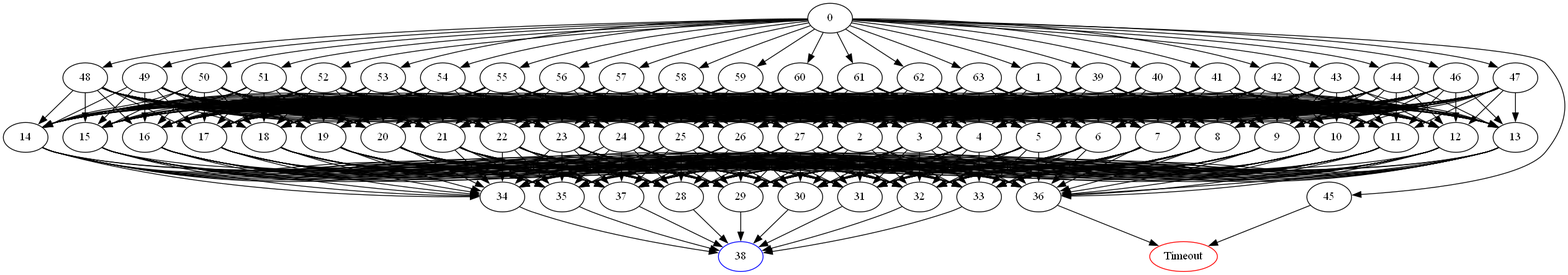
This is DomainPicture/x0aec.05356.comdirected_graph.png from Asikl/MazeMapper, a Graphviz export, as it was before one commit. Its source is kept beside it as DomainPicture/x0aec.05356.comdirected_graph.dot. The source it was exported from:
```dot
digraph G {
	0 -> 1;
	0 -> 39;
	0 -> 40;
	0 -> 41;
	0 -> 42;
	0 -> 43;
	0 -> 44;
	0 -> 45;
	0 -> 46;
	0 -> 47;
	0 -> 48;
	0 -> 49;
	0 -> 50;
	0 -> 51;
	0 -> 52;
	0 -> 53;
	0 -> 54;
	0 -> 55;
	0 -> 56;
	0 -> 57;
	0 -> 58;
	0 -> 59;
	0 -> 60;
	0 -> 61;
	0 -> 62;
	0 -> 63;
	1 -> 2;
	1 -> 3;
	1 -> 4;
	1 -> 5;
	1 -> 6;
	1 -> 7;
	1 -> 8;
	1 -> 9;
	1 -> 10;
	1 -> 11;
	1 -> 12;
	1 -> 13;
	1 -> 14;
	1 -> 15;
	1 -> 16;
	1 -> 17;
	1 -> 18;
	1 -> 19;
	1 -> 20;
	1 -> 21;
	1 -> 22;
	1 -> 23;
	1 -> 24;
	1 -> 25;
	1 -> 26;
	1 -> 27;
	2 -> 28;
	2 -> 29;
	2 -> 30;
	2 -> 31;
	2 -> 32;
	2 -> 33;
	2 -> 34;
	2 -> 35;
	2 -> 36;
	2 -> 37;
	3 -> 28;
	3 -> 29;
	3 -> 30;
	3 -> 31;
	3 -> 32;
	3 -> 33;
	3 -> 34;
	3 -> 35;
	3 -> 36;
	3 -> 37;
	4 -> 28;
	4 -> 29;
	4 -> 30;
	4 -> 31;
	4 -> 32;
	4 -> 33;
	4 -> 34;
	4 -> 35;
	4 -> 36;
	4 -> 37;
	5 -> 28;
	5 -> 29;
	5 -> 30;
	5 -> 31;
	5 -> 32;
	5 -> 33;
	5 -> 34;
	5 -> 35;
	5 -> 36;
	5 -> 37;
	6 -> 28;
	6 -> 29;
	6 -> 30;
	6 -> 31;
	6 -> 32;
	6 -> 33;
	6 -> 34;
	6 -> 35;
	6 -> 36;
	6 -> 37;
	7 -> 28;
	7 -> 29;
	7 -> 30;
	7 -> 31;
	7 -> 32;
	7 -> 33;
	7 -> 34;
	7 -> 35;
	7 -> 36;
	7 -> 37;
	8 -> 28;
	8 -> 29;
	8 -> 30;
	8 -> 31;
	8 -> 32;
	8 -> 33;
	8 -> 34;
	8 -> 35;
	8 -> 36;
	8 -> 37;
	9 -> 28;
	9 -> 29;
	9 -> 30;
	9 -> 31;
	9 -> 32;
	9 -> 33;
	9 -> 34;
	9 -> 35;
	9 -> 36;
	9 -> 37;
	10 -> 28;
	10 -> 29;
	10 -> 30;
	10 -> 31;
	10 -> 32;
	10 -> 33;
	10 -> 34;
	10 -> 35;
	10 -> 36;
	10 -> 37;
	11 -> 28;
	11 -> 29;
	11 -> 30;
	11 -> 31;
	11 -> 32;
	11 -> 33;
	11 -> 34;
	11 -> 35;
	11 -> 36;
	11 -> 37;
	12 -> 28;
	12 -> 29;
	12 -> 30;
	12 -> 31;
	12 -> 32;
	12 -> 33;
	12 -> 34;
	12 -> 35;
	12 -> 36;
	12 -> 37;
	13 -> 28;
	13 -> 29;
	13 -> 30;
	13 -> 31;
	13 -> 32;
	13 -> 33;
	13 -> 34;
	13 -> 35;
	13 -> 36;
	13 -> 37;
	14 -> 28;
	14 -> 29;
	14 -> 30;
	14 -> 31;
	14 -> 32;
	14 -> 33;
	14 -> 34;
	14 -> 35;
	14 -> 36;
	14 -> 37;
	15 -> 28;
	15 -> 29;
	15 -> 30;
	15 -> 31;
	15 -> 32;
	15 -> 33;
	15 -> 34;
	15 -> 35;
	15 -> 36;
	15 -> 37;
	16 -> 28;
	16 -> 29;
	16 -> 30;
	16 -> 31;
	16 -> 32;
	16 -> 33;
	16 -> 34;
	16 -> 35;
	16 -> 36;
	16 -> 37;
	17 -> 28;
	17 -> 29;
	17 -> 30;
	17 -> 31;
	17 -> 32;
	17 -> 33;
	17 -> 34;
	17 -> 35;
	17 -> 36;
	17 -> 37;
	18 -> 28;
	18 -> 29;
	18 -> 30;
	18 -> 31;
	18 -> 32;
	18 -> 33;
	18 -> 34;
	18 -> 35;
	18 -> 36;
	18 -> 37;
	19 -> 28;
	19 -> 29;
	19 -> 30;
	19 -> 31;
	19 -> 32;
	19 -> 33;
	19 -> 34;
	19 -> 35;
	19 -> 36;
	19 -> 37;
	20 -> 28;
	20 -> 29;
	20 -> 30;
	20 -> 31;
	20 -> 32;
	20 -> 33;
	20 -> 34;
	20 -> 35;
	20 -> 36;
	20 -> 37;
	21 -> 28;
	21 -> 29;
	21 -> 30;
	21 -> 31;
	21 -> 32;
	21 -> 33;
	21 -> 34;
	21 -> 35;
	21 -> 36;
	21 -> 37;
	22 -> 28;
	22 -> 29;
	22 -> 30;
	22 -> 31;
	22 -> 32;
	22 -> 33;
	22 -> 34;
	22 -> 35;
	22 -> 36;
	22 -> 37;
	23 -> 28;
	23 -> 29;
	23 -> 30;
	23 -> 31;
	23 -> 32;
	23 -> 33;
	23 -> 34;
	23 -> 35;
	23 -> 36;
	23 -> 37;
	24 -> 28;
	24 -> 29;
	24 -> 30;
	24 -> 31;
	24 -> 32;
	24 -> 33;
	24 -> 34;
	24 -> 35;
	24 -> 36;
	24 -> 37;
	25 -> 28;
	25 -> 29;
	25 -> 30;
	25 -> 31;
	25 -> 32;
	25 -> 33;
	25 -> 34;
	25 -> 35;
	25 -> 36;
	25 -> 37;
	26 -> 28;
	26 -> 29;
	26 -> 30;
	26 -> 31;
	26 -> 32;
	26 -> 33;
	26 -> 34;
	26 -> 35;
	26 -> 36;
	26 -> 37;
	27 -> 28;
	27 -> 29;
	27 -> 30;
	27 -> 31;
	27 -> 32;
	27 -> 33;
	27 -> 34;
	27 -> 35;
	27 -> 36;
	27 -> 37;
	28 -> "38";
38 [color=blue];
	29 -> "38";
38 [color=blue];
	30 -> "38";
38 [color=blue];
	31 -> "38";
38 [color=blue];
	32 -> "38";
38 [color=blue];
	33 -> "38";
38 [color=blue];
	34 -> "38";
38 [color=blue];
	35 -> "38";
38 [color=blue];
	36 -> "Timeout";
Timeout [color=red];
	37 -> "38";
38 [color=blue];
	39 -> 2;
	39 -> 3;
	39 -> 4;
	39 -> 5;
	39 -> 6;
	39 -> 7;
	39 -> 8;
	39 -> 9;
	39 -> 10;
	39 -> 11;
	39 -> 12;
	39 -> 13;
	39 -> 14;
	39 -> 15;
	39 -> 16;
	39 -> 17;
	39 -> 18;
	39 -> 19;
	39 -> 20;
	39 -> 21;
	39 -> 22;
	39 -> 23;
	39 -> 24;
	39 -> 25;
	39 -> 26;
	39 -> 27;
	40 -> 2;
	40 -> 3;
	40 -> 4;
	40 -> 5;
	40 -> 6;
	40 -> 7;
	40 -> 8;
	40 -> 9;
	40 -> 10;
	40 -> 11;
	40 -> 12;
	40 -> 13;
	40 -> 14;
	40 -> 15;
	40 -> 16;
	40 -> 17;
	40 -> 18;
	40 -> 19;
	40 -> 20;
	40 -> 21;
	40 -> 22;
	40 -> 23;
	40 -> 24;
	40 -> 25;
	40 -> 26;
	40 -> 27;
	41 -> 2;
	41 -> 3;
	41 -> 4;
	41 -> 5;
	41 -> 6;
	41 -> 7;
	41 -> 8;
	41 -> 9;
	41 -> 10;
	41 -> 11;
	41 -> 12;
	41 -> 13;
	41 -> 14;
	41 -> 15;
	41 -> 16;
	41 -> 17;
	41 -> 18;
	41 -> 19;
	41 -> 20;
	41 -> 21;
	41 -> 22;
	41 -> 23;
	41 -> 24;
	41 -> 25;
	41 -> 26;
	41 -> 27;
	42 -> 2;
	42 -> 3;
	42 -> 4;
	42 -> 5;
	42 -> 6;
	42 -> 7;
	42 -> 8;
	42 -> 9;
	42 -> 10;
	42 -> 11;
	42 -> 12;
	42 -> 13;
	42 -> 14;
	42 -> 15;
	42 -> 16;
	42 -> 17;
	42 -> 18;
	42 -> 19;
	42 -> 20;
	42 -> 21;
	42 -> 22;
	42 -> 23;
	42 -> 24;
	42 -> 25;
	42 -> 26;
	42 -> 27;
	43 -> 2;
	43 -> 3;
	43 -> 4;
	43 -> 5;
	43 -> 6;
	43 -> 7;
	43 -> 8;
	43 -> 9;
	43 -> 10;
	43 -> 11;
	43 -> 12;
	43 -> 13;
	43 -> 14;
	43 -> 15;
	43 -> 16;
	43 -> 17;
	43 -> 18;
	43 -> 19;
	43 -> 20;
	43 -> 21;
	43 -> 22;
	43 -> 23;
	43 -> 24;
	43 -> 25;
	43 -> 26;
	43 -> 27;
	44 -> 2;
	44 -> 3;
	44 -> 4;
	44 -> 5;
	44 -> 6;
	44 -> 7;
	44 -> 8;
	44 -> 9;
	44 -> 10;
	44 -> 11;
	44 -> 12;
	44 -> 13;
	44 -> 14;
	44 -> 15;
	44 -> 16;
	44 -> 17;
	44 -> 18;
	44 -> 19;
	44 -> 20;
	44 -> 21;
	44 -> 22;
	44 -> 23;
	44 -> 24;
	44 -> 25;
	44 -> 26;
	44 -> 27;
	45 -> "Timeout";
Timeout [color=red];
	46 -> 2;
	46 -> 3;
	46 -> 4;
	46 -> 5;
	46 -> 6;
	46 -> 7;
	46 -> 8;
	46 -> 9;
	46 -> 10;
	46 -> 11;
	46 -> 12;
	46 -> 13;
	46 -> 14;
	46 -> 15;
	46 -> 16;
	46 -> 17;
	46 -> 18;
	46 -> 19;
	46 -> 20;
	46 -> 21;
	46 -> 22;
	46 -> 23;
	46 -> 24;
	46 -> 25;
	46 -> 26;
	46 -> 27;
	47 -> 2;
	47 -> 3;
	47 -> 4;
	47 -> 5;
	47 -> 6;
	47 -> 7;
	47 -> 8;
	47 -> 9;
	47 -> 10;
	47 -> 11;
	47 -> 12;
	47 -> 13;
	47 -> 14;
	47 -> 15;
	47 -> 16;
	47 -> 17;
	47 -> 18;
	47 -> 19;
	47 -> 20;
	47 -> 21;
	47 -> 22;
	47 -> 23;
	47 -> 24;
	47 -> 25;
	47 -> 26;
	47 -> 27;
	48 -> 2;
	48 -> 3;
	48 -> 4;
	48 -> 5;
	48 -> 6;
	48 -> 7;
	48 -> 8;
	48 -> 9;
	48 -> 10;
	48 -> 11;
	48 -> 12;
	48 -> 13;
	48 -> 14;
	48 -> 15;
	48 -> 16;
	48 -> 17;
	48 -> 18;
	48 -> 19;
	48 -> 20;
	48 -> 21;
	48 -> 22;
	48 -> 23;
	48 -> 24;
	48 -> 25;
	48 -> 26;
	48 -> 27;
	49 -> 2;
	49 -> 3;
	49 -> 4;
	49 -> 5;
	49 -> 6;
	49 -> 7;
	49 -> 8;
	49 -> 9;
	49 -> 10;
	49 -> 11;
	49 -> 12;
	49 -> 13;
	49 -> 14;
	49 -> 15;
	49 -> 16;
	49 -> 17;
	49 -> 18;
	49 -> 19;
	49 -> 20;
	49 -> 21;
	49 -> 22;
	49 -> 23;
	49 -> 24;
	49 -> 25;
	49 -> 26;
	49 -> 27;
	50 -> 2;
	50 -> 3;
	50 -> 4;
	50 -> 5;
	50 -> 6;
	50 -> 7;
	50 -> 8;
	50 -> 9;
	50 -> 10;
	50 -> 11;
	50 -> 12;
	50 -> 13;
	50 -> 14;
	50 -> 15;
	50 -> 16;
	50 -> 17;
	50 -> 18;
	50 -> 19;
	50 -> 20;
	50 -> 21;
	50 -> 22;
	50 -> 23;
	50 -> 24;
	50 -> 25;
	50 -> 26;
	50 -> 27;
	51 -> 2;
	51 -> 3;
	51 -> 4;
	51 -> 5;
	51 -> 6;
	51 -> 7;
	51 -> 8;
	51 -> 9;
	51 -> 10;
	51 -> 11;
	51 -> 12;
	51 -> 13;
	51 -> 14;
	51 -> 15;
	51 -> 16;
	51 -> 17;
	51 -> 18;
	51 -> 19;
	51 -> 20;
	51 -> 21;
	51 -> 22;
	51 -> 23;
	51 -> 24;
	51 -> 25;
	51 -> 26;
	51 -> 27;
	52 -> 2;
	52 -> 3;
	52 -> 4;
	52 -> 5;
	52 -> 6;
	52 -> 7;
	52 -> 8;
	52 -> 9;
	52 -> 10;
	52 -> 11;
	52 -> 12;
	52 -> 13;
	52 -> 14;
	52 -> 15;
	52 -> 16;
	52 -> 17;
	52 -> 18;
	52 -> 19;
	52 -> 20;
	52 -> 21;
	52 -> 22;
	52 -> 23;
	52 -> 24;
	52 -> 25;
	52 -> 26;
	52 -> 27;
	53 -> 2;
	53 -> 3;
	53 -> 4;
	53 -> 5;
	53 -> 6;
	53 -> 7;
	53 -> 8;
	53 -> 9;
	53 -> 10;
	53 -> 11;
	53 -> 12;
	53 -> 13;
	53 -> 14;
	53 -> 15;
	53 -> 16;
	53 -> 17;
	53 -> 18;
	53 -> 19;
	53 -> 20;
	53 -> 21;
	53 -> 22;
	53 -> 23;
	53 -> 24;
	53 -> 25;
	53 -> 26;
	53 -> 27;
	54 -> 2;
	54 -> 3;
	54 -> 4;
	54 -> 5;
	54 -> 6;
	54 -> 7;
	54 -> 8;
	54 -> 9;
	54 -> 10;
	54 -> 11;
	54 -> 12;
	54 -> 13;
	54 -> 14;
	54 -> 15;
	54 -> 16;
	54 -> 17;
	54 -> 18;
	54 -> 19;
	54 -> 20;
	54 -> 21;
	54 -> 22;
	54 -> 23;
	54 -> 24;
	54 -> 25;
	54 -> 26;
	54 -> 27;
	55 -> 2;
	55 -> 3;
	55 -> 4;
	55 -> 5;
	55 -> 6;
	55 -> 7;
	55 -> 8;
	55 -> 9;
	55 -> 10;
	55 -> 11;
	55 -> 12;
	55 -> 13;
	55 -> 14;
	55 -> 15;
	55 -> 16;
	55 -> 17;
	55 -> 18;
	55 -> 19;
	55 -> 20;
	55 -> 21;
	55 -> 22;
	55 -> 23;
	55 -> 24;
	55 -> 25;
	55 -> 26;
	55 -> 27;
	56 -> 2;
	56 -> 3;
	56 -> 4;
	56 -> 5;
	56 -> 6;
	56 -> 7;
	56 -> 8;
	56 -> 9;
	56 -> 10;
	56 -> 11;
	56 -> 12;
	56 -> 13;
	56 -> 14;
	56 -> 15;
	56 -> 16;
	56 -> 17;
	56 -> 18;
	56 -> 19;
	56 -> 20;
	56 -> 21;
	56 -> 22;
	56 -> 23;
	56 -> 24;
	56 -> 25;
	56 -> 26;
	56 -> 27;
	57 -> 2;
	57 -> 3;
	57 -> 4;
	57 -> 5;
	57 -> 6;
	57 -> 7;
	57 -> 8;
	57 -> 9;
	57 -> 10;
	57 -> 11;
	57 -> 12;
	57 -> 13;
	57 -> 14;
	57 -> 15;
	57 -> 16;
	57 -> 17;
	57 -> 18;
	57 -> 19;
	57 -> 20;
	57 -> 21;
	57 -> 22;
	57 -> 23;
	57 -> 24;
	57 -> 25;
	57 -> 26;
	57 -> 27;
	58 -> 2;
	58 -> 3;
	58 -> 4;
	58 -> 5;
	58 -> 6;
	58 -> 7;
	58 -> 8;
	58 -> 9;
	58 -> 10;
	58 -> 11;
	58 -> 12;
	58 -> 13;
	58 -> 14;
	58 -> 15;
	58 -> 16;
	58 -> 17;
	58 -> 18;
	58 -> 19;
	58 -> 20;
	58 -> 21;
	58 -> 22;
	58 -> 23;
	58 -> 24;
	58 -> 25;
	58 -> 26;
	58 -> 27;
	59 -> 2;
	59 -> 3;
	59 -> 4;
	59 -> 5;
	59 -> 6;
	59 -> 7;
	59 -> 8;
	59 -> 9;
	59 -> 10;
	59 -> 11;
	59 -> 12;
	59 -> 13;
	59 -> 14;
	59 -> 15;
	59 -> 16;
	59 -> 17;
	59 -> 18;
	59 -> 19;
	59 -> 20;
	59 -> 21;
	59 -> 22;
	59 -> 23;
	59 -> 24;
	59 -> 25;
	59 -> 26;
	59 -> 27;
	60 -> 2;
	60 -> 3;
	60 -> 4;
	60 -> 5;
	60 -> 6;
	60 -> 7;
	60 -> 8;
	60 -> 9;
	60 -> 10;
	60 -> 11;
	60 -> 12;
	60 -> 13;
	60 -> 14;
	60 -> 15;
	60 -> 16;
	60 -> 17;
	60 -> 18;
	60 -> 19;
	60 -> 20;
	60 -> 21;
	60 -> 22;
	60 -> 23;
	60 -> 24;
	60 -> 25;
	60 -> 26;
	60 -> 27;
	61 -> 2;
	61 -> 3;
	61 -> 4;
	61 -> 5;
	61 -> 6;
	61 -> 7;
	61 -> 8;
	61 -> 9;
	61 -> 10;
	61 -> 11;
	61 -> 12;
	61 -> 13;
	61 -> 14;
	61 -> 15;
	61 -> 16;
	61 -> 17;
	61 -> 18;
	61 -> 19;
	61 -> 20;
	61 -> 21;
	61 -> 22;
	61 -> 23;
	61 -> 24;
	61 -> 25;
	61 -> 26;
	61 -> 27;
	62 -> 2;
	62 -> 3;
	62 -> 4;
	62 -> 5;
	62 -> 6;
	62 -> 7;
	62 -> 8;
	62 -> 9;
	62 -> 10;
	62 -> 11;
	62 -> 12;
	62 -> 13;
	62 -> 14;
	62 -> 15;
	62 -> 16;
	62 -> 17;
	62 -> 18;
	62 -> 19;
	62 -> 20;
	62 -> 21;
	62 -> 22;
	62 -> 23;
	62 -> 24;
	62 -> 25;
	62 -> 26;
	62 -> 27;
	63 -> 2;
	63 -> 3;
	63 -> 4;
	63 -> 5;
	63 -> 6;
	63 -> 7;
	63 -> 8;
	63 -> 9;
	63 -> 10;
	63 -> 11;
	63 -> 12;
	63 -> 13;
	63 -> 14;
	63 -> 15;
	63 -> 16;
	63 -> 17;
	63 -> 18;
	63 -> 19;
	63 -> 20;
	63 -> 21;
	63 -> 22;
	63 -> 23;
	63 -> 24;
	63 -> 25;
	63 -> 26;
	63 -> 27;
}
```
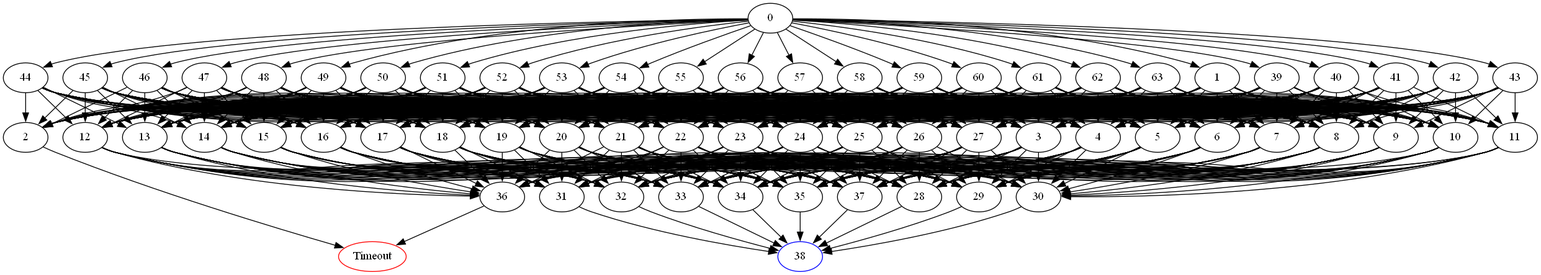
Above is the later version.

Diff of the diagram source:
```diff
@@ -51,16 +51,8 @@
 	1 -> 25;
 	1 -> 26;
 	1 -> 27;
-	2 -> 28;
-	2 -> 29;
-	2 -> 30;
-	2 -> 31;
-	2 -> 32;
-	2 -> 33;
-	2 -> 34;
-	2 -> 35;
-	2 -> 36;
-	2 -> 37;
+	2 -> "Timeout";
+Timeout [color=red];
 	3 -> 28;
 	3 -> 29;
 	3 -> 30;
@@ -487,8 +479,32 @@
 	44 -> 25;
 	44 -> 26;
 	44 -> 27;
-	45 -> "Timeout";
-Timeout [color=red];
+	45 -> 2;
+	45 -> 3;
+	45 -> 4;
+	45 -> 5;
+	45 -> 6;
+	45 -> 7;
+	45 -> 8;
+	45 -> 9;
+	45 -> 10;
+	45 -> 11;
+	45 -> 12;
+	45 -> 13;
+	45 -> 14;
+	45 -> 15;
+	45 -> 16;
+	45 -> 17;
+	45 -> 18;
+	45 -> 19;
+	45 -> 20;
+	45 -> 21;
+	45 -> 22;
+	45 -> 23;
+	45 -> 24;
+	45 -> 25;
+	45 -> 26;
+	45 -> 27;
 	46 -> 2;
 	46 -> 3;
 	46 -> 4;
```
